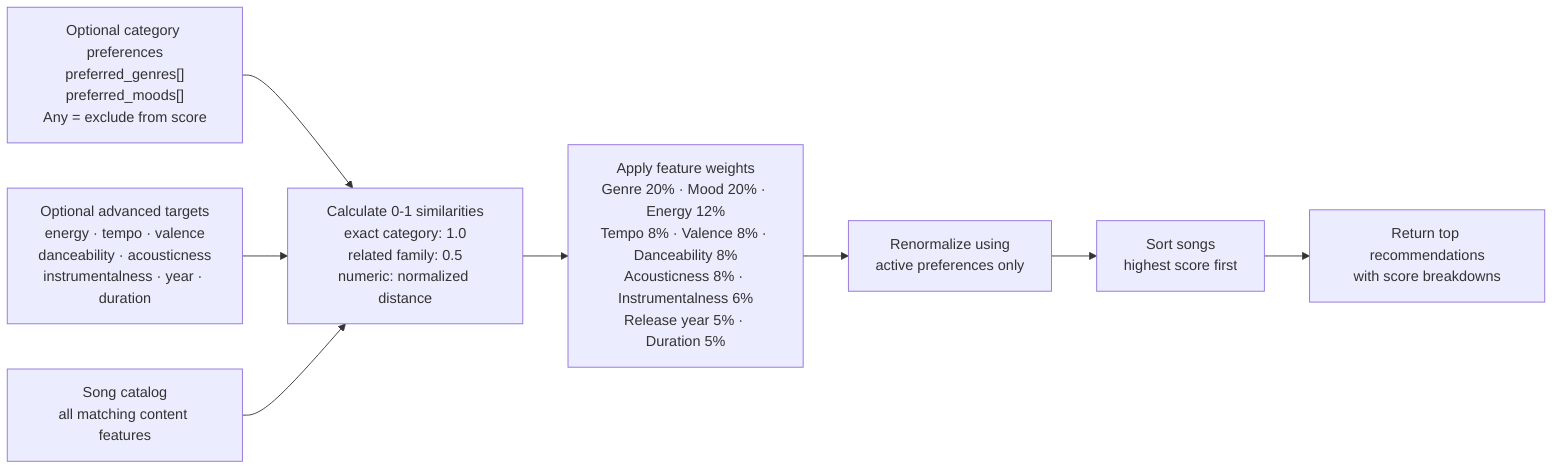
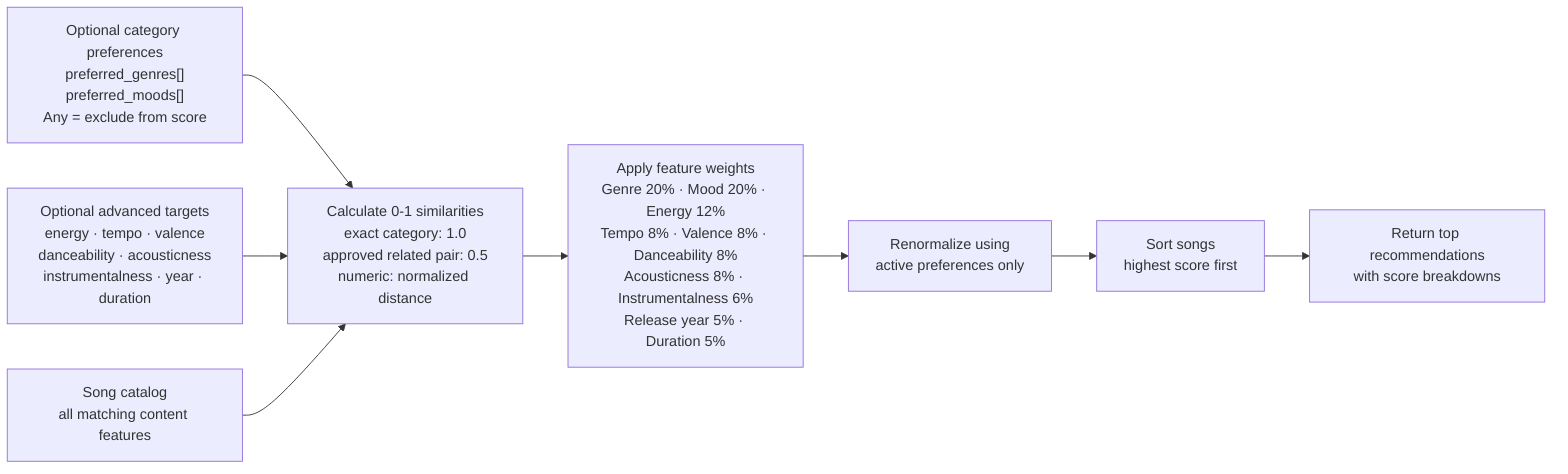
flowchart LR
    A["Optional category preferences<br/>preferred_genres[]<br/>preferred_moods[]<br/>Any = exclude from score"]
    B["Optional advanced targets<br/>energy · tempo · valence<br/>danceability · acousticness<br/>instrumentalness · year · duration"]
    C["Song catalog<br/>all matching content features"]

-     A --> D["Calculate 0-1 similarities<br/>exact category: 1.0<br/>related family: 0.5<br/>numeric: normalized distance"]
+     A --> D["Calculate 0-1 similarities<br/>exact category: 1.0<br/>approved related pair: 0.5<br/>numeric: normalized distance"]
    B --> D
    C --> D

    D --> E["Apply feature weights<br/>Genre 20% · Mood 20% · Energy 12%<br/>Tempo 8% · Valence 8% · Danceability 8%<br/>Acousticness 8% · Instrumentalness 6%<br/>Release year 5% · Duration 5%"]
    E --> F["Renormalize using<br/>active preferences only"]
    F --> G["Sort songs<br/>highest score first"]
    G --> H["Return top recommendations<br/>with score breakdowns"]
